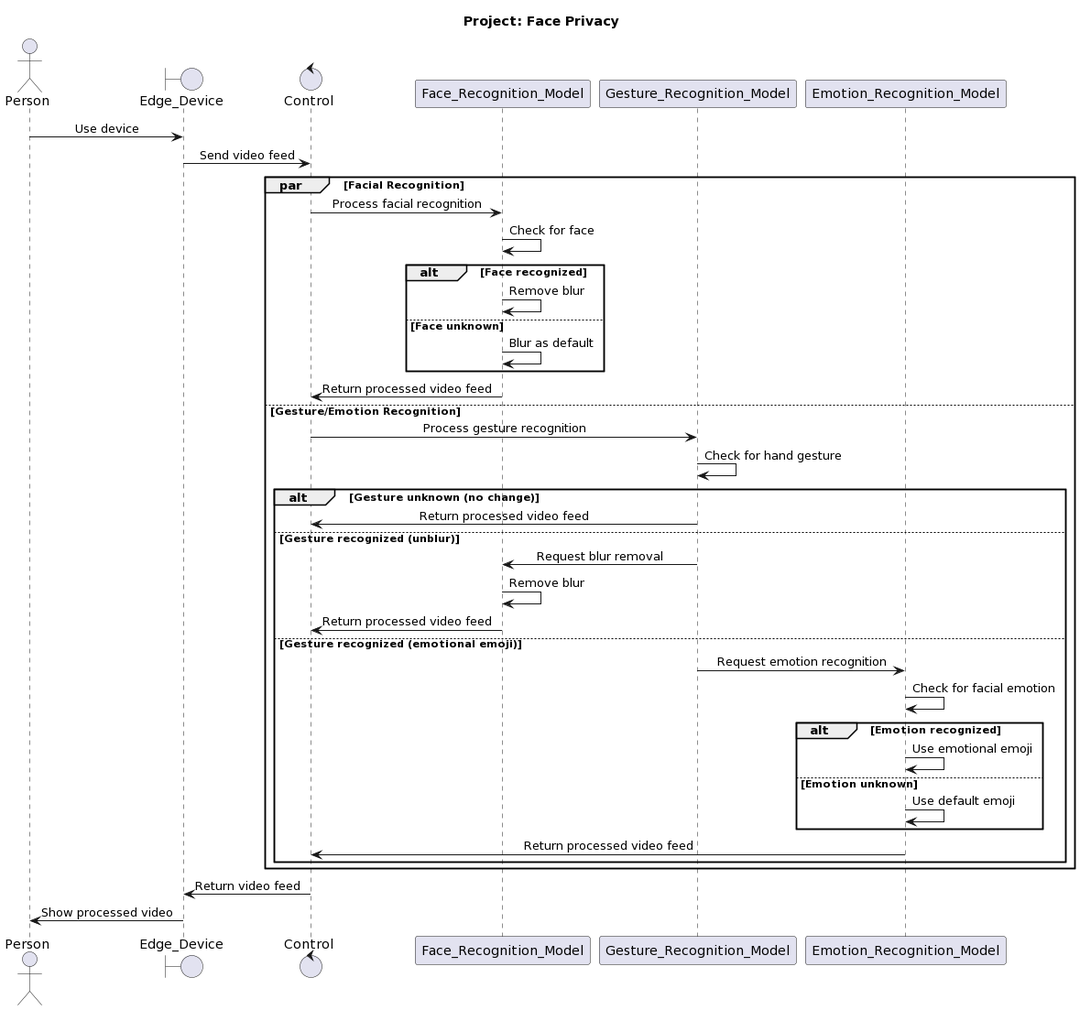
Before: doc/PlantUML_Sequence_Diagram.png, a diagram exported from PlantUML (Team-Intel-Edge-AI/OnTheEdge).
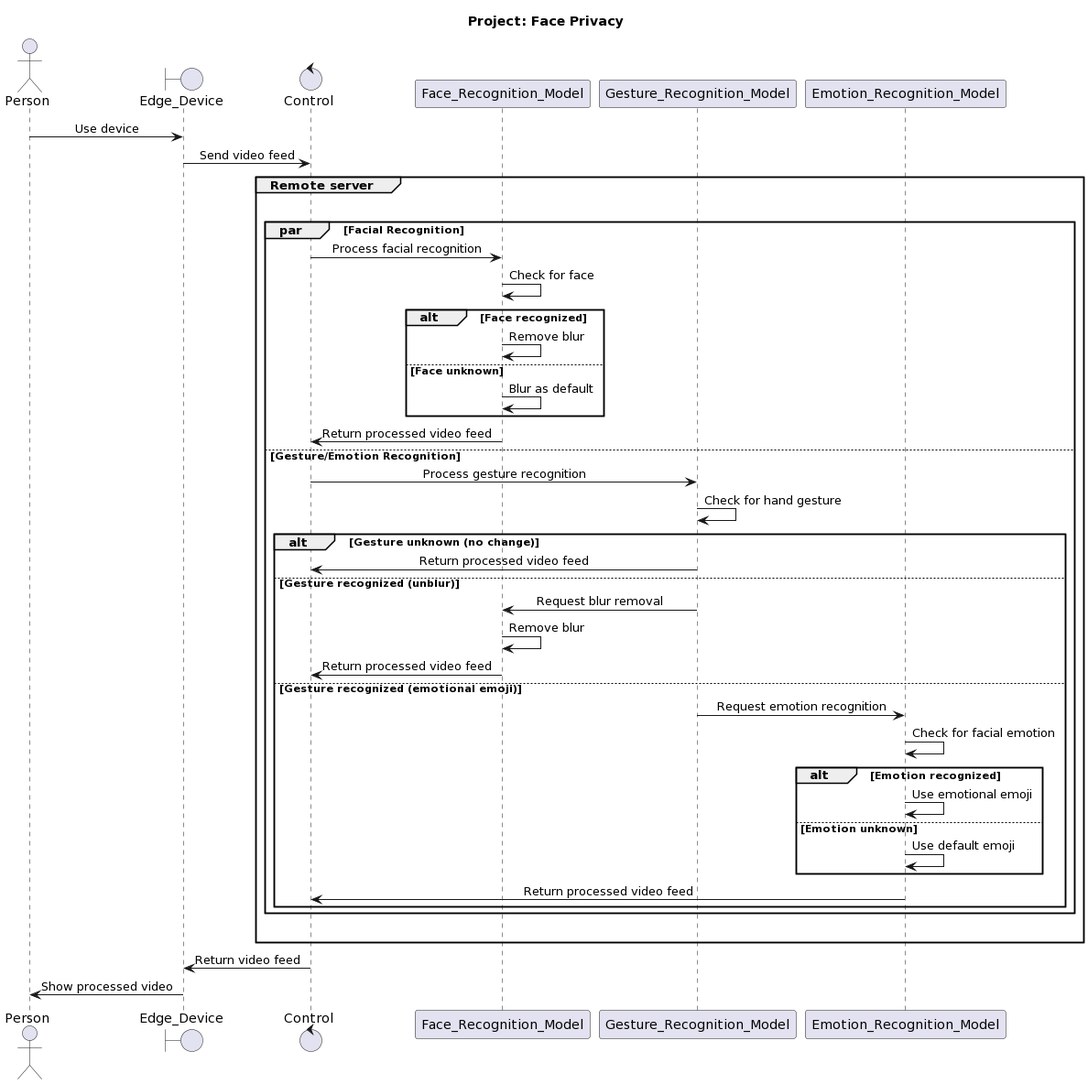
Above is the later version.

Commit message:
Updated sequence diagram - 2

Diff of the diagram source:
```diff
@@ -13,6 +13,8 @@
 per -> edge: Use device
 edge -> ctrl: Send video feed
 
+group Remote server
+|||
 par Facial Recognition
     ctrl -> face: Process facial recognition
     face -> face: Check for face
@@ -42,6 +44,8 @@
         emotion -> ctrl: Return processed video feed
     end
 end
+|||
+end
 
 ctrl -> edge: Return video feed
 edge -> per: Show processed video
```
